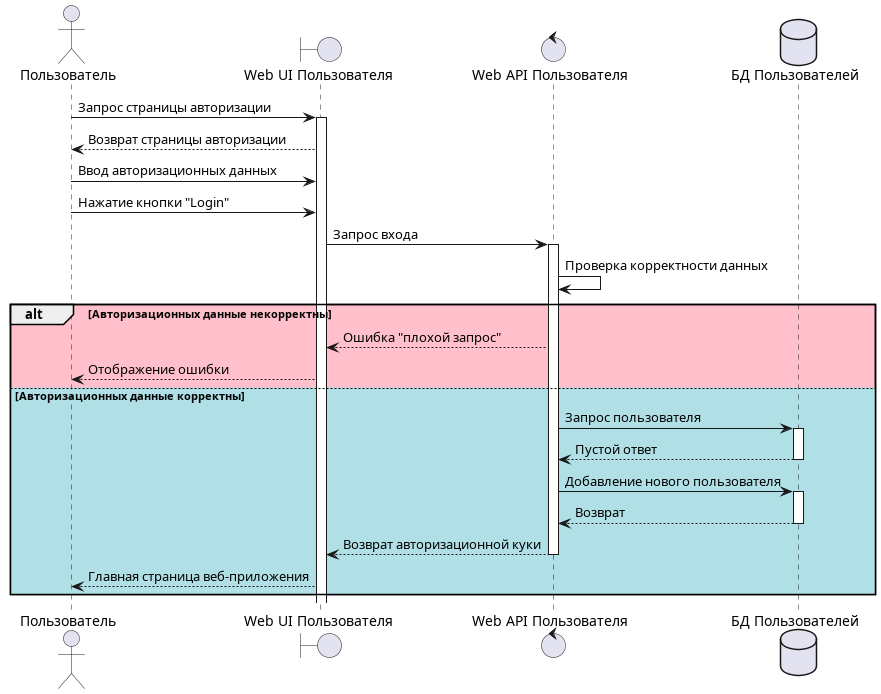
The PlantUML diagram docs/diagrams/img/sequence/User.WebApp/User sign up.png in mrypdm/JobSystem, before a commit.
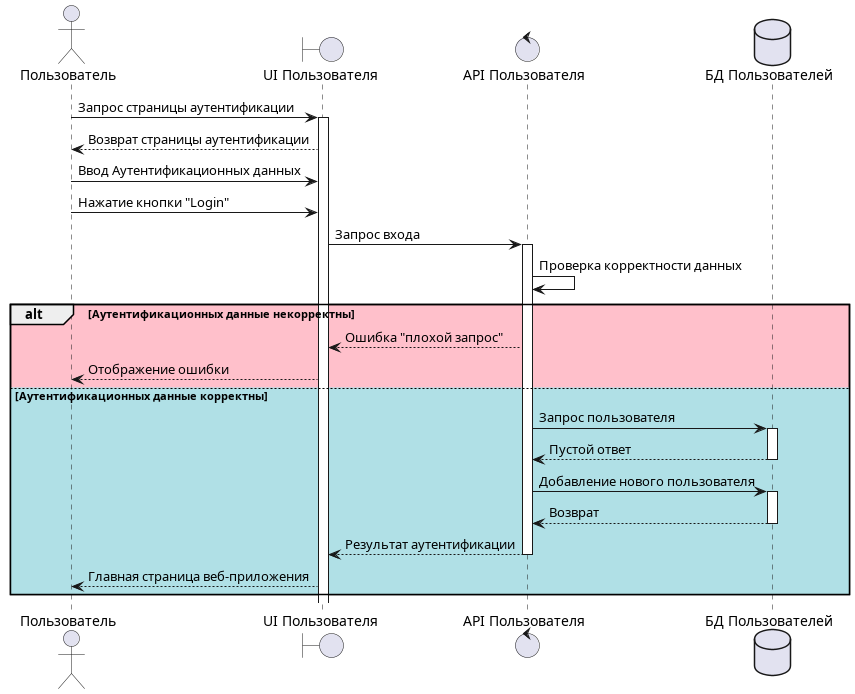
Later version of the same file.

What changed in the source:
```diff
@@ -1,29 +1,29 @@
 @startuml User sign up
 
 actor Пользователь as USER
-boundary "Web UI Пользователя" as UI
-control "Web API Пользователя" as API
+boundary "UI Пользователя" as UI
+control "API Пользователя" as API
 database "БД Пользователей" as DB
 
-USER -> UI++: Запрос страницы авторизации
-UI --> USER: Возврат страницы авторизации
-USER -> UI: Ввод авторизационных данных
+USER -> UI++: Запрос страницы аутентификации
+UI --> USER: Возврат страницы аутентификации
+USER -> UI: Ввод Аутентификационных данных
 USER -> UI: Нажатие кнопки "Login"
 UI -> API++: Запрос входа
 API -> API: Проверка корректности данных
 
-alt #Pink Авторизационных данные некорректны
+alt #Pink Аутентификационных данные некорректны
 
     API --> UI: Ошибка "плохой запрос"
     UI --> USER: Отображение ошибки
 
-else #PowderBlue  Авторизационных данные корректны
+else #PowderBlue  Аутентификационных данные корректны
 
     API -> DB++: Запрос пользователя
     DB --> API--: Пустой ответ
     API -> DB++: Добавление нового пользователя
     DB --> API--: Возврат
-    API --> UI--: Возврат авторизационной куки
+    API --> UI--: Результат аутентификации
     UI --> USER: Главная страница веб-приложения
 
 end
```
